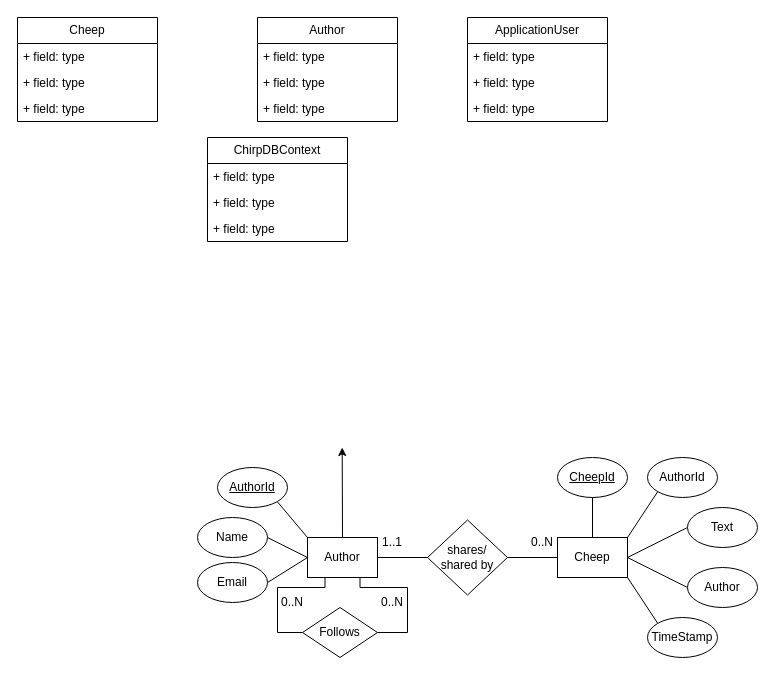
Earlier version of the draw.io diagram docs/diagrams/DomainModel.drawio (ITU-BDSA2024-GROUP29/Chirp). Source tidied: cells renumbered, new cells numbered last; positions are measured from the earlier drawing's top-left corner, leaving out a move shared by most shapes. Both pictures are drawn from the tidied source at 100%, with x=0, y=0 at pixel (17, 17).
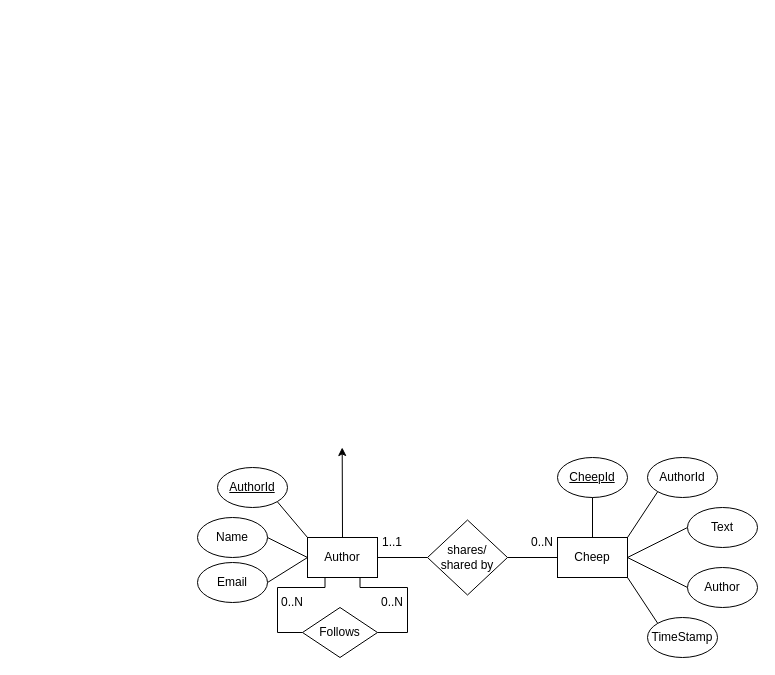
The same diagram, later.

Commit message (it also covers changes not shown here):
insert filler in images folder

images does not appear in github. I suspect it is due to the folder being empty.

What changed in the source:
```diff
@@
-    <mxCell id="2" value="Cheep" style="swimlane;fontStyle=0;horizontal=1;startSize=26;fillColor=none;whiteSpace=wrap;html=1;" parent="1" vertex="1">
-      <mxGeometry width="140" height="104" as="geometry" />
-    </mxCell>
-    <mxCell id="3" value="+ field: type" style="text;strokeColor=none;fillColor=none;align=left;verticalAlign=top;spacingLeft=4;spacingRight=4;overflow=hidden;whiteSpace=wrap;html=1;" parent="2" vertex="1">
-      <mxGeometry y="26" width="140" height="26" as="geometry" />
-    </mxCell>
-    <mxCell id="4" value="+ field: type" style="text;strokeColor=none;fillColor=none;align=left;verticalAlign=top;spacingLeft=4;spacingRight=4;overflow=hidden;whiteSpace=wrap;html=1;" parent="2" vertex="1">
-      <mxGeometry y="52" width="140" height="26" as="geometry" />
-    </mxCell>
-    <mxCell id="5" value="+ field: type" style="text;strokeColor=none;fillColor=none;align=left;verticalAlign=top;spacingLeft=4;spacingRight=4;overflow=hidden;whiteSpace=wrap;html=1;" parent="2" vertex="1">
-      <mxGeometry y="78" width="140" height="26" as="geometry" />
-    </mxCell>
-    <mxCell id="6" value="Author" style="swimlane;fontStyle=0;horizontal=1;startSize=26;fillColor=none;whiteSpace=wrap;html=1;" parent="1" vertex="1">
-      <mxGeometry x="240" width="140" height="104" as="geometry" />
-    </mxCell>
-    <mxCell id="7" value="+ field: type" style="text;strokeColor=none;fillColor=none;align=left;verticalAlign=top;spacingLeft=4;spacingRight=4;overflow=hidden;whiteSpace=wrap;html=1;" parent="6" vertex="1">
-      <mxGeometry y="26" width="140" height="26" as="geometry" />
-    </mxCell>
-    <mxCell id="8" value="+ field: type" style="text;strokeColor=none;fillColor=none;align=left;verticalAlign=top;spacingLeft=4;spacingRight=4;overflow=hidden;whiteSpace=wrap;html=1;" parent="6" vertex="1">
-      <mxGeometry y="52" width="140" height="26" as="geometry" />
-    </mxCell>
-    <mxCell id="9" value="+ field: type" style="text;strokeColor=none;fillColor=none;align=left;verticalAlign=top;spacingLeft=4;spacingRight=4;overflow=hidden;whiteSpace=wrap;html=1;" parent="6" vertex="1">
-      <mxGeometry y="78" width="140" height="26" as="geometry" />
-    </mxCell>
-    <mxCell id="10" value="ApplicationUser" style="swimlane;fontStyle=0;horizontal=1;startSize=26;fillColor=none;whiteSpace=wrap;html=1;" parent="1" vertex="1">
-      <mxGeometry x="450" width="140" height="104" as="geometry" />
-    </mxCell>
-    <mxCell id="11" value="+ field: type" style="text;strokeColor=none;fillColor=none;align=left;verticalAlign=top;spacingLeft=4;spacingRight=4;overflow=hidden;whiteSpace=wrap;html=1;" parent="10" vertex="1">
-      <mxGeometry y="26" width="140" height="26" as="geometry" />
-    </mxCell>
-    <mxCell id="12" value="+ field: type" style="text;strokeColor=none;fillColor=none;align=left;verticalAlign=top;spacingLeft=4;spacingRight=4;overflow=hidden;whiteSpace=wrap;html=1;" parent="10" vertex="1">
-      <mxGeometry y="52" width="140" height="26" as="geometry" />
-    </mxCell>
-    <mxCell id="13" value="+ field: type" style="text;strokeColor=none;fillColor=none;align=left;verticalAlign=top;spacingLeft=4;spacingRight=4;overflow=hidden;whiteSpace=wrap;html=1;" parent="10" vertex="1">
-      <mxGeometry y="78" width="140" height="26" as="geometry" />
-    </mxCell>
-    <mxCell id="14" value="ChirpDBContext" style="swimlane;fontStyle=0;horizontal=1;startSize=26;fillColor=none;whiteSpace=wrap;html=1;" parent="1" vertex="1">
-      <mxGeometry x="190" y="120" width="140" height="104" as="geometry" />
-    </mxCell>
-    <mxCell id="15" value="+ field: type" style="text;strokeColor=none;fillColor=none;align=left;verticalAlign=top;spacingLeft=4;spacingRight=4;overflow=hidden;whiteSpace=wrap;html=1;" parent="14" vertex="1">
-      <mxGeometry y="26" width="140" height="26" as="geometry" />
-    </mxCell>
-    <mxCell id="16" value="+ field: type" style="text;strokeColor=none;fillColor=none;align=left;verticalAlign=top;spacingLeft=4;spacingRight=4;overflow=hidden;whiteSpace=wrap;html=1;" parent="14" vertex="1">
-      <mxGeometry y="52" width="140" height="26" as="geometry" />
-    </mxCell>
-    <mxCell id="17" value="+ field: type" style="text;strokeColor=none;fillColor=none;align=left;verticalAlign=top;spacingLeft=4;spacingRight=4;overflow=hidden;whiteSpace=wrap;html=1;" parent="14" vertex="1">
-      <mxGeometry y="78" width="140" height="26" as="geometry" />
-    </mxCell>
```
